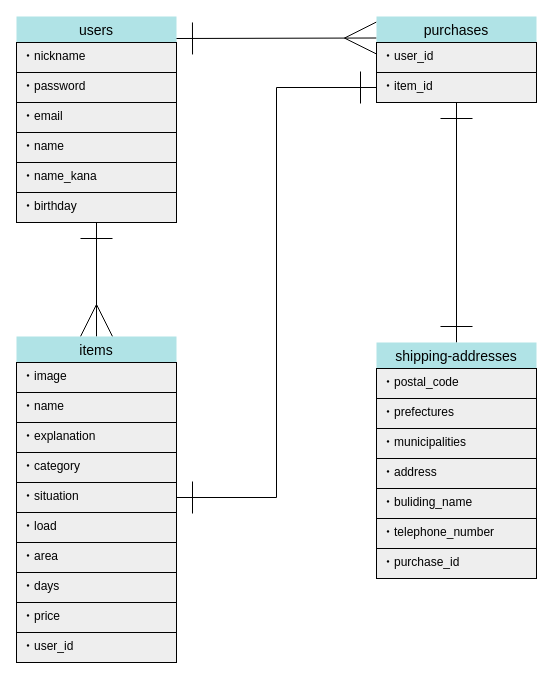
The draw.io diagram furima.dio in Kl0udY/furima-37839, before the edit. Source tidied: cells renumbered, new cells numbered last; positions are measured from the earlier drawing's top-left corner, leaving out a move shared by most shapes. Both pictures are drawn from the tidied source at 100%, with x=0, y=0 at pixel (16, 16).
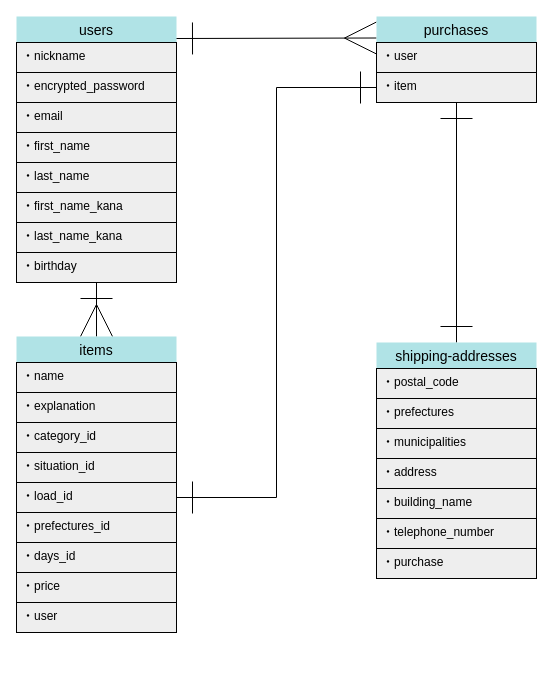
Above is the later version.

Unchanged cells that the change refers to:
```xml
<mxCell id="22" value="shipping-addresses" style="swimlane;fontStyle=0;horizontal=1;startSize=26;align=center;fontSize=14;fillColor=#b0e3e6;strokeColor=none;fontColor=#000000;" parent="1" vertex="1">
  <mxGeometry x="360" y="326" width="160" height="236" as="geometry" />
</mxCell>
<mxCell id="31" value="purchases" style="swimlane;fontStyle=0;horizontal=1;startSize=26;align=center;fontSize=14;fillColor=#b0e3e6;strokeColor=none;fontColor=#000000;" parent="1" vertex="1">
  <mxGeometry x="360" width="160" height="86" as="geometry" />
</mxCell>
```

The edit, as a diff of the source:
```diff
@@
     <mxCell id="2" value="users" style="swimlane;fontStyle=0;horizontal=1;startSize=26;align=center;fontSize=14;fillColor=#b0e3e6;strokeColor=none;fontColor=#000000;" parent="1" vertex="1">
-      <mxGeometry width="160" height="206" as="geometry" />
+      <mxGeometry width="160" height="266" as="geometry" />
     </mxCell>
@@
-    <mxCell id="4" value="・password" style="text;strokeColor=default;fillColor=#eeeeee;spacingLeft=4;spacingRight=4;overflow=hidden;fontSize=12;fontColor=#000000;" parent="2" vertex="1">
+    <mxCell id="4" value="・encrypted_password" style="text;strokeColor=default;fillColor=#eeeeee;spacingLeft=4;spacingRight=4;overflow=hidden;fontSize=12;fontColor=#000000;" parent="2" vertex="1">
       <mxGeometry y="56" width="160" height="30" as="geometry" />
     </mxCell>
@@
-    <mxCell id="6" value="・name" style="text;strokeColor=default;fillColor=#eeeeee;spacingLeft=4;spacingRight=4;overflow=hidden;fontSize=12;fontColor=#000000;" parent="2" vertex="1">
+    <mxCell id="6" value="・first_name" style="text;strokeColor=default;fillColor=#eeeeee;spacingLeft=4;spacingRight=4;overflow=hidden;fontSize=12;fontColor=#000000;" parent="2" vertex="1">
       <mxGeometry y="116" width="160" height="30" as="geometry" />
     </mxCell>
+    <mxCell id="35" value="・last_name" style="text;strokeColor=default;fillColor=#eeeeee;spacingLeft=4;spacingRight=4;overflow=hidden;fontSize=12;fontColor=#000000;" parent="2" vertex="1">
+      <mxGeometry y="146" width="160" height="30" as="geometry" />
+    </mxCell>
-    <mxCell id="7" value="・name_kana" style="text;strokeColor=default;fillColor=#eeeeee;spacingLeft=4;spacingRight=4;overflow=hidden;fontSize=12;fontColor=#000000;" parent="2" vertex="1">
-      <mxGeometry y="146" width="160" height="30" as="geometry" />
+    <mxCell id="7" value="・first_name_kana" style="text;strokeColor=default;fillColor=#eeeeee;spacingLeft=4;spacingRight=4;overflow=hidden;fontSize=12;fontColor=#000000;" parent="2" vertex="1">
+      <mxGeometry y="176" width="160" height="30" as="geometry" />
     </mxCell>
+    <mxCell id="36" value="・last_name_kana" style="text;strokeColor=default;fillColor=#eeeeee;spacingLeft=4;spacingRight=4;overflow=hidden;fontSize=12;fontColor=#000000;" parent="2" vertex="1">
+      <mxGeometry y="206" width="160" height="30" as="geometry" />
+    </mxCell>
     <mxCell id="8" value="・birthday" style="text;strokeColor=default;fillColor=#eeeeee;spacingLeft=4;spacingRight=4;overflow=hidden;points=[[0,0.5],[1,0.5]];portConstraint=eastwest;fontSize=12;fontColor=#000000;" parent="2" vertex="1">
-      <mxGeometry y="176" width="160" height="30" as="geometry" />
+      <mxGeometry y="236" width="160" height="30" as="geometry" />
     </mxCell>
@@
     <mxCell id="10" value="items" style="swimlane;fontStyle=0;horizontal=1;startSize=26;align=center;fontSize=14;fillColor=#b0e3e6;strokeColor=none;fontColor=#000000;perimeterSpacing=0;" parent="1" vertex="1">
-      <mxGeometry y="320" width="160" height="326" as="geometry" />
+      <mxGeometry y="320" width="160" height="296" as="geometry" />
     </mxCell>
-    <mxCell id="11" value="・image" style="text;strokeColor=default;fillColor=#eeeeee;spacingLeft=4;spacingRight=4;overflow=hidden;fontSize=12;fontColor=#000000;" parent="10" vertex="1">
-      <mxGeometry y="26" width="160" height="30" as="geometry" />
-    </mxCell>
     <mxCell id="12" value="・name" style="text;strokeColor=default;fillColor=#eeeeee;spacingLeft=4;spacingRight=4;overflow=hidden;fontSize=12;fontColor=#000000;" parent="10" vertex="1">
-      <mxGeometry y="56" width="160" height="30" as="geometry" />
+      <mxGeometry y="26" width="160" height="30" as="geometry" />
     </mxCell>
     <mxCell id="13" value="・explanation" style="text;strokeColor=default;fillColor=#eeeeee;spacingLeft=4;spacingRight=4;overflow=hidden;fontSize=12;fontColor=#000000;" parent="10" vertex="1">
-      <mxGeometry y="86" width="160" height="30" as="geometry" />
+      <mxGeometry y="56" width="160" height="30" as="geometry" />
     </mxCell>
-    <mxCell id="14" value="・category" style="text;strokeColor=default;fillColor=#eeeeee;spacingLeft=4;spacingRight=4;overflow=hidden;fontSize=12;fontColor=#000000;" parent="10" vertex="1">
-      <mxGeometry y="116" width="160" height="30" as="geometry" />
+    <mxCell id="14" value="・category_id" style="text;strokeColor=default;fillColor=#eeeeee;spacingLeft=4;spacingRight=4;overflow=hidden;fontSize=12;fontColor=#000000;" parent="10" vertex="1">
+      <mxGeometry y="86" width="160" height="30" as="geometry" />
     </mxCell>
-    <mxCell id="15" value="・situation" style="text;strokeColor=default;fillColor=#eeeeee;spacingLeft=4;spacingRight=4;overflow=hidden;points=[[0,0.5],[1,0.5]];portConstraint=eastwest;fontSize=12;fontColor=#000000;" parent="10" vertex="1">
-      <mxGeometry y="146" width="160" height="30" as="geometry" />
+    <mxCell id="15" value="・situation_id" style="text;strokeColor=default;fillColor=#eeeeee;spacingLeft=4;spacingRight=4;overflow=hidden;points=[[0,0.5],[1,0.5]];portConstraint=eastwest;fontSize=12;fontColor=#000000;" parent="10" vertex="1">
+      <mxGeometry y="116" width="160" height="30" as="geometry" />
     </mxCell>
-    <mxCell id="16" value="・load" style="text;strokeColor=default;fillColor=#eeeeee;spacingLeft=4;spacingRight=4;overflow=hidden;points=[[0,0.5],[1,0.5]];portConstraint=eastwest;fontSize=12;fontColor=#000000;" parent="10" vertex="1">
-      <mxGeometry y="176" width="160" height="30" as="geometry" />
+    <mxCell id="16" value="・load_id" style="text;strokeColor=default;fillColor=#eeeeee;spacingLeft=4;spacingRight=4;overflow=hidden;points=[[0,0.5],[1,0.5]];portConstraint=eastwest;fontSize=12;fontColor=#000000;" parent="10" vertex="1">
+      <mxGeometry y="146" width="160" height="30" as="geometry" />
     </mxCell>
-    <mxCell id="17" value="・area" style="text;strokeColor=default;fillColor=#eeeeee;spacingLeft=4;spacingRight=4;overflow=hidden;fontSize=12;fontColor=#000000;" parent="10" vertex="1">
-      <mxGeometry y="206" width="160" height="30" as="geometry" />
+    <mxCell id="17" value="・prefectures_id" style="text;strokeColor=default;fillColor=#eeeeee;spacingLeft=4;spacingRight=4;overflow=hidden;fontSize=12;fontColor=#000000;" parent="10" vertex="1">
+      <mxGeometry y="176" width="160" height="30" as="geometry" />
     </mxCell>
-    <mxCell id="18" value="・days" style="text;strokeColor=default;fillColor=#eeeeee;spacingLeft=4;spacingRight=4;overflow=hidden;fontSize=12;fontColor=#000000;" parent="10" vertex="1">
-      <mxGeometry y="236" width="160" height="30" as="geometry" />
+    <mxCell id="18" value="・days_id" style="text;strokeColor=default;fillColor=#eeeeee;spacingLeft=4;spacingRight=4;overflow=hidden;fontSize=12;fontColor=#000000;" parent="10" vertex="1">
+      <mxGeometry y="206" width="160" height="30" as="geometry" />
     </mxCell>
     <mxCell id="19" value="・price" style="text;strokeColor=default;fillColor=#eeeeee;spacingLeft=4;spacingRight=4;overflow=hidden;fontSize=12;fontColor=#000000;" parent="10" vertex="1">
-      <mxGeometry y="266" width="160" height="30" as="geometry" />
+      <mxGeometry y="236" width="160" height="30" as="geometry" />
     </mxCell>
-    <mxCell id="20" value="・user_id" style="text;strokeColor=default;fillColor=#eeeeee;spacingLeft=4;spacingRight=4;overflow=hidden;fontSize=12;fontColor=#000000;" parent="10" vertex="1">
-      <mxGeometry y="296" width="160" height="30" as="geometry" />
+    <mxCell id="20" value="・user" style="text;strokeColor=default;fillColor=#eeeeee;spacingLeft=4;spacingRight=4;overflow=hidden;fontSize=12;fontColor=#000000;" parent="10" vertex="1">
+      <mxGeometry y="266" width="160" height="30" as="geometry" />
     </mxCell>
@@
-    <mxCell id="27" value="・buliding_name" style="text;strokeColor=default;fillColor=#eeeeee;spacingLeft=4;spacingRight=4;overflow=hidden;fontSize=12;fontColor=#000000;" parent="22" vertex="1">
+    <mxCell id="27" value="・building_name" style="text;strokeColor=default;fillColor=#eeeeee;spacingLeft=4;spacingRight=4;overflow=hidden;fontSize=12;fontColor=#000000;" parent="22" vertex="1">
       <mxGeometry y="146" width="160" height="30" as="geometry" />
     </mxCell>
@@
-    <mxCell id="29" value="・purchase_id" style="text;strokeColor=default;fillColor=#eeeeee;spacingLeft=4;spacingRight=4;overflow=hidden;fontSize=12;fontColor=#000000;" parent="22" vertex="1">
+    <mxCell id="29" value="・purchase" style="text;strokeColor=default;fillColor=#eeeeee;spacingLeft=4;spacingRight=4;overflow=hidden;fontSize=12;fontColor=#000000;" parent="22" vertex="1">
       <mxGeometry y="206" width="160" height="30" as="geometry" />
     </mxCell>
@@
-    <mxCell id="32" value="・user_id" style="text;strokeColor=default;fillColor=#eeeeee;spacingLeft=4;spacingRight=4;overflow=hidden;fontSize=12;fontColor=#000000;" parent="31" vertex="1">
+    <mxCell id="32" value="・user" style="text;strokeColor=default;fillColor=#eeeeee;spacingLeft=4;spacingRight=4;overflow=hidden;fontSize=12;fontColor=#000000;" parent="31" vertex="1">
       <mxGeometry y="26" width="160" height="30" as="geometry" />
     </mxCell>
-    <mxCell id="33" value="・item_id" style="text;strokeColor=default;fillColor=#eeeeee;spacingLeft=4;spacingRight=4;overflow=hidden;points=[[0,0.5],[1,0.5]];portConstraint=eastwest;fontSize=12;fontColor=#000000;" parent="31" vertex="1">
+    <mxCell id="33" value="・item" style="text;strokeColor=default;fillColor=#eeeeee;spacingLeft=4;spacingRight=4;overflow=hidden;points=[[0,0.5],[1,0.5]];portConstraint=eastwest;fontSize=12;fontColor=#000000;" parent="31" vertex="1">
       <mxGeometry y="56" width="160" height="30" as="geometry" />
     </mxCell>
-    <mxCell id="34" style="edgeStyle=none;html=1;exitX=1;exitY=0.5;exitDx=0;exitDy=0;entryX=0;entryY=0.5;entryDx=0;entryDy=0;startArrow=ERone;startFill=0;endArrow=ERone;endFill=0;startSize=30;endSize=30;targetPerimeterSpacing=0;strokeWidth=1;rounded=0;strokeColor=#000000;" parent="1" edge="1" source="15" target="33">
+    <mxCell id="34" style="edgeStyle=none;html=1;exitX=1;exitY=0.5;exitDx=0;exitDy=0;entryX=0;entryY=0.5;entryDx=0;entryDy=0;startArrow=ERone;startFill=0;endArrow=ERone;endFill=0;startSize=30;endSize=30;targetPerimeterSpacing=0;strokeWidth=1;rounded=0;strokeColor=#000000;" parent="1" edge="1" source="16" target="33">
       <mxGeometry relative="1" as="geometry">
         <Array as="points">
           <mxPoint x="260" y="481" />
           <mxPoint x="260" y="71" />
         </Array>
       </mxGeometry>
     </mxCell>
```
